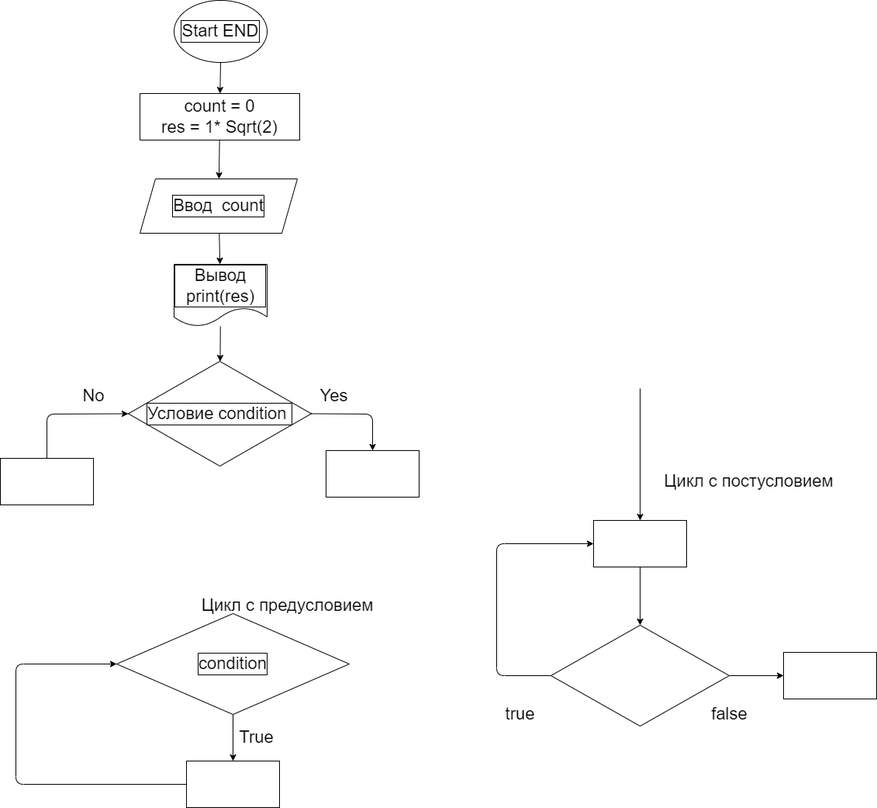
KreolDeLacrua/Origin_14.07.22 keeps this draw.io diagram as ex000.drawio.png. Above is the earlier version. Source tidied: cells renumbered, new cells last; positions are measured from the earlier drawing's top-left corner, leaving out a move shared by most shapes. Source of this version:
```xml
<mxGraphModel>
  <root>
    <mxCell id="0" />
    <mxCell id="1" parent="0" />
    <mxCell id="2" style="edgeStyle=none;html=1;" parent="1" edge="1" source="3" target="5">
      <mxGeometry relative="1" as="geometry" />
    </mxCell>
    <mxCell id="3" value="Start END" style="ellipse;whiteSpace=wrap;html=1;labelBorderColor=default;fontSize=22;" parent="1" vertex="1">
      <mxGeometry x="224" width="120" height="80" as="geometry" />
    </mxCell>
    <mxCell id="4" style="edgeStyle=none;html=1;" parent="1" edge="1" source="5" target="7">
      <mxGeometry relative="1" as="geometry" />
    </mxCell>
    <mxCell id="5" value="count = 0&lt;br style=&quot;font-size: 22px;&quot;&gt;res = 1* Sqrt(2)" style="whiteSpace=wrap;html=1;labelBackgroundColor=default;fontSize=22;" parent="1" vertex="1">
      <mxGeometry x="180" y="120" width="206" height="60" as="geometry" />
    </mxCell>
    <mxCell id="6" style="edgeStyle=none;html=1;fontSize=22;" parent="1" edge="1" source="7" target="9">
      <mxGeometry relative="1" as="geometry" />
    </mxCell>
    <mxCell id="7" value="Ввод&amp;nbsp; count" style="shape=parallelogram;perimeter=parallelogramPerimeter;whiteSpace=wrap;html=1;fixedSize=1;labelBorderColor=default;fontSize=22;" parent="1" vertex="1">
      <mxGeometry x="180" y="230" width="203" height="70" as="geometry" />
    </mxCell>
    <mxCell id="8" style="edgeStyle=none;html=1;fontSize=22;" parent="1" edge="1" source="9" target="11">
      <mxGeometry relative="1" as="geometry" />
    </mxCell>
    <mxCell id="9" value="Вывод print(res)" style="shape=document;whiteSpace=wrap;html=1;boundedLbl=1;fontSize=22;labelBorderColor=default;" parent="1" vertex="1">
      <mxGeometry x="224" y="340" width="120" height="80" as="geometry" />
    </mxCell>
    <mxCell id="10" style="edgeStyle=none;html=1;exitX=1;exitY=0.5;exitDx=0;exitDy=0;entryX=0.5;entryY=0;entryDx=0;entryDy=0;fontSize=22;" parent="1" edge="1" source="11" target="12">
      <mxGeometry relative="1" as="geometry">
        <Array as="points">
          <mxPoint x="480" y="533" />
        </Array>
      </mxGeometry>
    </mxCell>
    <mxCell id="11" value="Условие condition&amp;nbsp;" style="rhombus;whiteSpace=wrap;html=1;fontSize=22;labelBorderColor=default;" parent="1" vertex="1">
      <mxGeometry x="165" y="465" width="236" height="135" as="geometry" />
    </mxCell>
    <mxCell id="12" style="rounded=0;whiteSpace=wrap;html=1;labelBackgroundColor=default;labelBorderColor=default;fontSize=22;" parent="1" vertex="1">
      <mxGeometry x="420" y="580" width="120" height="60" as="geometry" />
    </mxCell>
    <mxCell id="13" style="edgeStyle=none;html=1;exitX=0.5;exitY=0;exitDx=0;exitDy=0;entryX=0;entryY=0.5;entryDx=0;entryDy=0;fontSize=22;" parent="1" edge="1" source="14" target="11">
      <mxGeometry relative="1" as="geometry">
        <Array as="points">
          <mxPoint x="60" y="533" />
        </Array>
      </mxGeometry>
    </mxCell>
    <mxCell id="14" style="rounded=0;whiteSpace=wrap;html=1;labelBackgroundColor=default;labelBorderColor=default;fontSize=22;" parent="1" vertex="1">
      <mxGeometry y="590" width="120" height="60" as="geometry" />
    </mxCell>
    <mxCell id="15" style="edgeStyle=none;html=1;fontSize=22;" parent="1" edge="1" source="16" target="18">
      <mxGeometry relative="1" as="geometry" />
    </mxCell>
    <mxCell id="16" value="condition" style="rhombus;whiteSpace=wrap;html=1;labelBackgroundColor=default;labelBorderColor=default;fontSize=22;" parent="1" vertex="1">
      <mxGeometry x="150" y="790" width="300" height="130" as="geometry" />
    </mxCell>
    <mxCell id="17" style="edgeStyle=none;html=1;exitX=0;exitY=0.5;exitDx=0;exitDy=0;entryX=0;entryY=0.5;entryDx=0;entryDy=0;fontSize=22;" parent="1" edge="1" source="18" target="16">
      <mxGeometry relative="1" as="geometry">
        <Array as="points">
          <mxPoint x="20" y="1010" />
          <mxPoint x="20" y="855" />
        </Array>
      </mxGeometry>
    </mxCell>
    <mxCell id="18" style="whiteSpace=wrap;html=1;fontSize=22;labelBackgroundColor=default;labelBorderColor=default;" parent="1" vertex="1">
      <mxGeometry x="240" y="980" width="120" height="60" as="geometry" />
    </mxCell>
    <mxCell id="19" value="True" style="text;html=1;align=center;verticalAlign=middle;strokeColor=none;fillColor=none;fontSize=22;" parent="1" vertex="1">
      <mxGeometry x="300" y="935" width="60" height="30" as="geometry" />
    </mxCell>
    <mxCell id="20" style="edgeStyle=none;html=1;exitX=0;exitY=0.5;exitDx=0;exitDy=0;entryX=0;entryY=0.5;entryDx=0;entryDy=0;fontSize=22;" parent="1" edge="1" source="22" target="24">
      <mxGeometry relative="1" as="geometry">
        <Array as="points">
          <mxPoint x="640" y="870" />
          <mxPoint x="640" y="700" />
        </Array>
      </mxGeometry>
    </mxCell>
    <mxCell id="21" style="edgeStyle=none;html=1;exitX=1;exitY=0.5;exitDx=0;exitDy=0;entryX=0;entryY=0.5;entryDx=0;entryDy=0;fontSize=22;" parent="1" edge="1" source="22" target="29">
      <mxGeometry relative="1" as="geometry" />
    </mxCell>
    <mxCell id="22" style="rhombus;whiteSpace=wrap;html=1;labelBackgroundColor=default;labelBorderColor=default;fontSize=22;" parent="1" vertex="1">
      <mxGeometry x="710" y="805" width="230" height="130" as="geometry" />
    </mxCell>
    <mxCell id="23" style="edgeStyle=none;html=1;fontSize=22;" parent="1" edge="1" source="24" target="22">
      <mxGeometry relative="1" as="geometry" />
    </mxCell>
    <mxCell id="24" style="rounded=0;whiteSpace=wrap;html=1;labelBackgroundColor=default;labelBorderColor=default;fontSize=22;" parent="1" vertex="1">
      <mxGeometry x="765" y="670" width="120" height="60" as="geometry" />
    </mxCell>
    <mxCell id="25" value="Цикл с предусловием" style="text;html=1;align=center;verticalAlign=middle;strokeColor=none;fillColor=none;fontSize=22;" parent="1" vertex="1">
      <mxGeometry x="250" y="765" width="240" height="30" as="geometry" />
    </mxCell>
    <mxCell id="26" value="Цикл с постусловием" style="text;html=1;align=center;verticalAlign=middle;strokeColor=none;fillColor=none;fontSize=22;" parent="1" vertex="1">
      <mxGeometry x="850" y="605" width="230" height="30" as="geometry" />
    </mxCell>
    <mxCell id="27" style="endArrow=classic;html=1;fontSize=22;entryX=0.5;entryY=0;entryDx=0;entryDy=0;" parent="1" edge="1" target="24">
      <mxGeometry relative="1" as="geometry">
        <mxPoint x="825" y="500" as="sourcePoint" />
      </mxGeometry>
    </mxCell>
    <mxCell id="28" value="true" style="text;html=1;align=center;verticalAlign=middle;strokeColor=none;fillColor=none;fontSize=22;" parent="1" vertex="1">
      <mxGeometry x="645" y="905" width="50" height="30" as="geometry" />
    </mxCell>
    <mxCell id="29" style="rounded=0;whiteSpace=wrap;html=1;labelBackgroundColor=default;labelBorderColor=default;fontSize=22;" parent="1" vertex="1">
      <mxGeometry x="1010" y="840" width="120" height="60" as="geometry" />
    </mxCell>
    <mxCell id="30" value="false" style="text;html=1;align=center;verticalAlign=middle;strokeColor=none;fillColor=none;fontSize=22;" parent="1" vertex="1">
      <mxGeometry x="910" y="905" width="60" height="30" as="geometry" />
    </mxCell>
    <mxCell id="31" value="Yes" style="text;html=1;align=center;verticalAlign=middle;strokeColor=none;fillColor=none;fontSize=22;" parent="1" vertex="1">
      <mxGeometry x="405" y="495" width="50" height="30" as="geometry" />
    </mxCell>
    <mxCell id="32" value="No" style="text;html=1;align=center;verticalAlign=middle;strokeColor=none;fillColor=none;fontSize=22;" parent="1" vertex="1">
      <mxGeometry x="100" y="495" width="40" height="30" as="geometry" />
    </mxCell>
  </root>
</mxGraphModel>
```
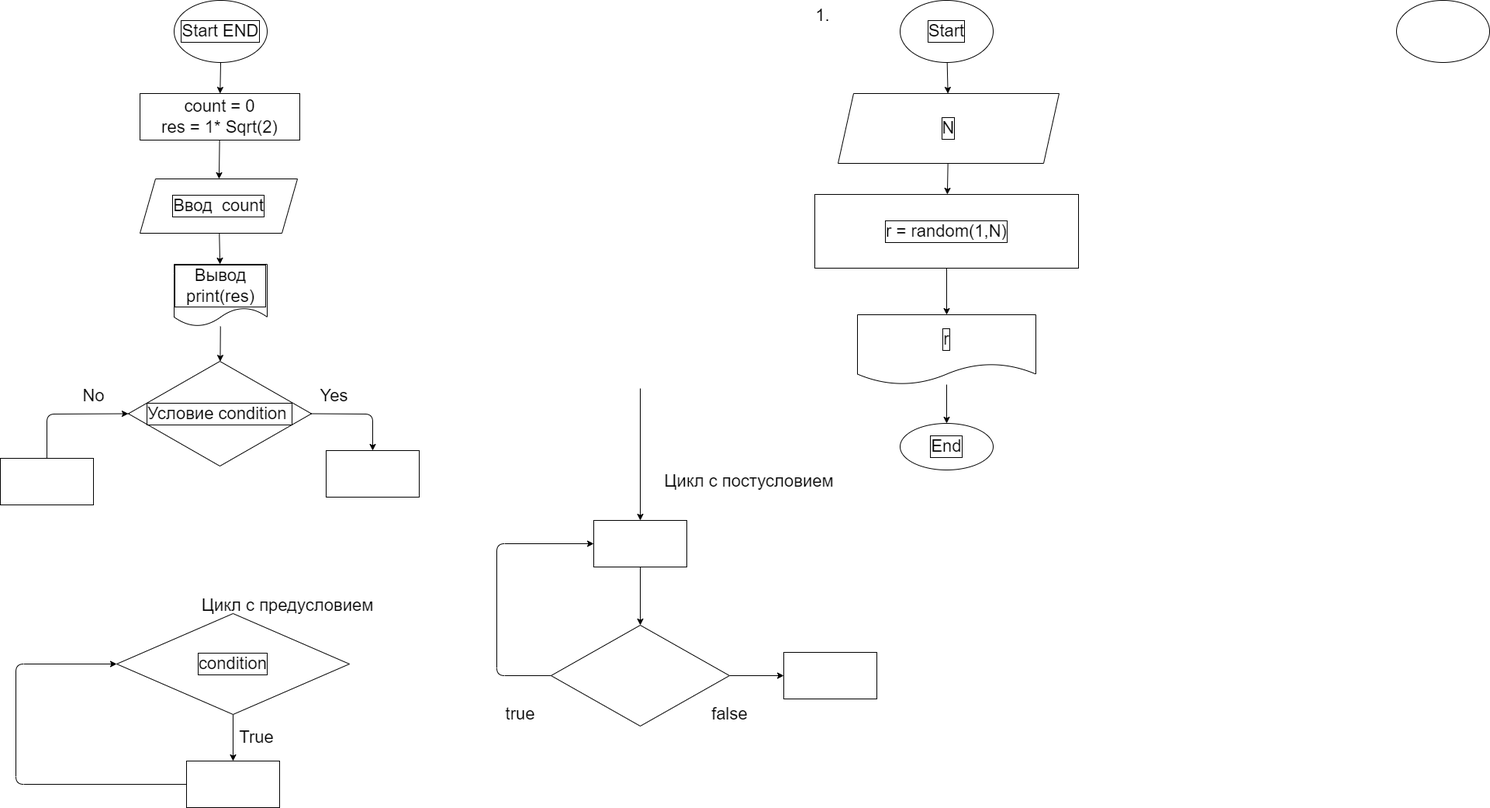
After the change.

Change to the diagram source:
```diff
@@ -115,5 +115,38 @@
     <mxCell id="32" value="No" style="text;html=1;align=center;verticalAlign=middle;strokeColor=none;fillColor=none;fontSize=22;" parent="1" vertex="1">
       <mxGeometry x="100" y="495" width="40" height="30" as="geometry" />
     </mxCell>
+    <mxCell id="33" style="edgeStyle=none;html=1;fontSize=22;" parent="1" edge="1" source="34" target="36">
+      <mxGeometry relative="1" as="geometry" />
+    </mxCell>
+    <mxCell id="34" value="Start" style="ellipse;whiteSpace=wrap;html=1;labelBackgroundColor=default;labelBorderColor=default;fontSize=22;" parent="1" vertex="1">
+      <mxGeometry x="1160" width="120" height="80" as="geometry" />
+    </mxCell>
+    <mxCell id="35" style="edgeStyle=none;html=1;fontSize=22;" parent="1" edge="1" source="36" target="38">
+      <mxGeometry relative="1" as="geometry" />
+    </mxCell>
+    <mxCell id="36" value="N" style="shape=parallelogram;perimeter=parallelogramPerimeter;whiteSpace=wrap;html=1;fixedSize=1;fontSize=22;labelBackgroundColor=default;labelBorderColor=default;" parent="1" vertex="1">
+      <mxGeometry x="1080" y="120" width="285" height="90" as="geometry" />
+    </mxCell>
+    <mxCell id="37" style="edgeStyle=none;html=1;fontSize=22;" parent="1" edge="1" source="38" target="40">
+      <mxGeometry relative="1" as="geometry" />
+    </mxCell>
+    <mxCell id="38" value="r = random(1,N)" style="whiteSpace=wrap;html=1;fontSize=22;labelBackgroundColor=default;labelBorderColor=default;" parent="1" vertex="1">
+      <mxGeometry x="1050" y="250" width="340" height="95" as="geometry" />
+    </mxCell>
+    <mxCell id="39" style="edgeStyle=none;html=1;fontSize=22;" parent="1" edge="1" source="40" target="41">
+      <mxGeometry relative="1" as="geometry" />
+    </mxCell>
+    <mxCell id="40" value="r" style="shape=document;whiteSpace=wrap;html=1;boundedLbl=1;fontSize=22;labelBackgroundColor=default;labelBorderColor=default;" parent="1" vertex="1">
+      <mxGeometry x="1105" y="405" width="230" height="90" as="geometry" />
+    </mxCell>
+    <mxCell id="41" value="End" style="ellipse;whiteSpace=wrap;html=1;fontSize=22;labelBackgroundColor=default;labelBorderColor=default;" parent="1" vertex="1">
+      <mxGeometry x="1160" y="545" width="120" height="60" as="geometry" />
+    </mxCell>
+    <mxCell id="42" value="1." style="text;html=1;align=center;verticalAlign=middle;strokeColor=none;fillColor=none;fontSize=22;" parent="1" vertex="1">
+      <mxGeometry x="1045" y="5" width="30" height="30" as="geometry" />
+    </mxCell>
+    <mxCell id="43" style="ellipse;whiteSpace=wrap;html=1;labelBackgroundColor=default;labelBorderColor=default;fontSize=22;" parent="1" vertex="1">
+      <mxGeometry x="1800" width="120" height="80" as="geometry" />
+    </mxCell>
   </root>
 </mxGraphModel>
```
